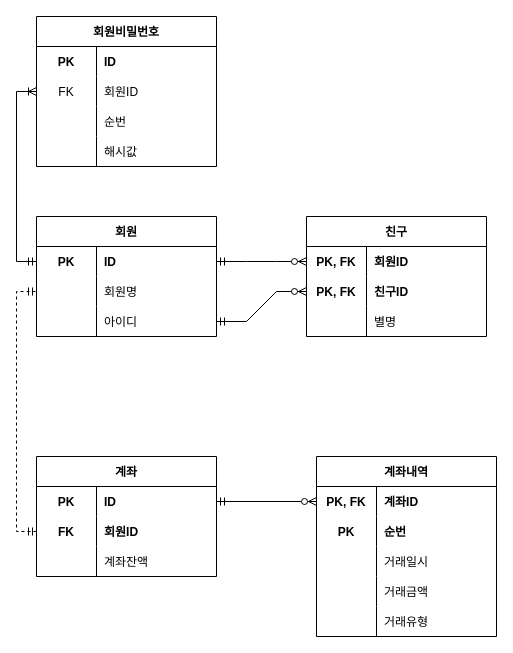
Earlier version of the draw.io diagram 제목 없는 다이어그램.drawio (GangBean/bankingService). Source tidied: cells renumbered, new cells numbered last; positions are measured from the earlier drawing's top-left corner, leaving out a move shared by most shapes. Both pictures are drawn from the tidied source at 100%, with x=0, y=0 at pixel (36, 16).
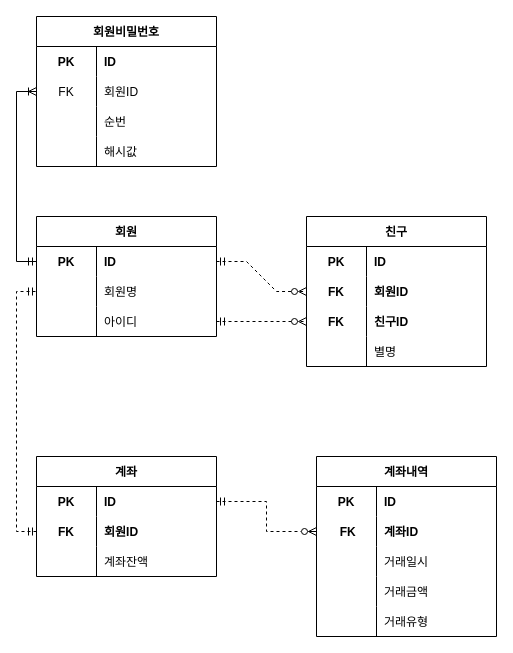
The same page after the edit.

Commit message:
제목 없는 다이어그램.drawio 업데이트

The change refers to these unchanged cells:
```xml
<mxCell id="3" style="shape=tableRow;horizontal=0;startSize=0;swimlaneHead=0;swimlaneBody=0;points=[[0,0.5],[1,0.5]];portConstraint=eastwest;top=0;left=0;right=0;bottom=0;strokeWidth=3;fillColor=none;strokeColor=#000000;" parent="2" vertex="1">
  <mxGeometry y="30" width="180" height="30" as="geometry" />
</mxCell>
<mxCell id="9" style="shape=tableRow;horizontal=0;startSize=0;swimlaneHead=0;swimlaneBody=0;fillColor=none;points=[[0,0.5],[1,0.5]];portConstraint=eastwest;top=0;left=0;right=0;bottom=0;" parent="2" vertex="1">
  <mxGeometry y="90" width="180" height="30" as="geometry" />
</mxCell>
<mxCell id="38" style="shape=tableRow;horizontal=0;startSize=0;swimlaneHead=0;swimlaneBody=0;points=[[0,0.5],[1,0.5]];portConstraint=eastwest;top=0;left=0;right=0;bottom=0;strokeWidth=3;fillColor=none;strokeColor=#000000;" parent="37" vertex="1">
  <mxGeometry y="30" width="180" height="30" as="geometry" />
</mxCell>
<mxCell id="48" value="계좌내역" style="shape=table;startSize=30;childLayout=tableLayout;rowLines=0;fontStyle=1;align=center;" parent="1" vertex="1">
  <mxGeometry x="280" y="440" width="180" height="180" as="geometry" />
</mxCell>
```

Diff of the diagram source:
```diff
@@
     <mxCell id="25" value="친구" style="shape=table;startSize=30;childLayout=tableLayout;rowLines=0;fontStyle=1;align=center;" parent="1" vertex="1">
-      <mxGeometry x="270" y="200" width="180" height="120" as="geometry" />
+      <mxGeometry x="270" y="200" width="180" height="150" as="geometry" />
     </mxCell>
+    <mxCell id="66" style="shape=tableRow;horizontal=0;startSize=0;swimlaneHead=0;swimlaneBody=0;top=0;left=0;right=0;bottom=0;strokeWidth=3;fillColor=none;strokeColor=#000000;" parent="25" vertex="1">
+      <mxGeometry y="30" width="180" height="30" as="geometry" />
+    </mxCell>
+    <mxCell id="67" value="PK" style="shape=partialRectangle;fillColor=none;top=0;left=0;bottom=0;right=0;fontStyle=1;overflow=hidden;" parent="66" vertex="1">
+      <mxGeometry width="60" height="30" as="geometry" />
+    </mxCell>
+    <mxCell id="68" value="ID" style="shape=partialRectangle;fillColor=none;top=0;left=0;bottom=0;right=0;align=left;spacingLeft=6;fontStyle=1;overflow=hidden;" parent="66" vertex="1">
+      <mxGeometry x="60" width="120" height="30" as="geometry" />
+    </mxCell>
     <mxCell id="26" style="shape=tableRow;horizontal=0;startSize=0;swimlaneHead=0;swimlaneBody=0;points=[[0,0.5],[1,0.5]];portConstraint=eastwest;top=0;left=0;right=0;bottom=0;strokeWidth=3;fillColor=none;strokeColor=#000000;" parent="25" vertex="1">
-      <mxGeometry y="30" width="180" height="30" as="geometry" />
+      <mxGeometry y="60" width="180" height="30" as="geometry" />
     </mxCell>
-    <mxCell id="27" value="PK, FK" style="shape=partialRectangle;fillColor=none;top=0;left=0;bottom=0;right=0;fontStyle=1;overflow=hidden;" parent="26" vertex="1">
+    <mxCell id="27" value="FK" style="shape=partialRectangle;fillColor=none;top=0;left=0;bottom=0;right=0;fontStyle=1;overflow=hidden;" parent="26" vertex="1">
       <mxGeometry width="60" height="30" as="geometry" />
     </mxCell>
@@
     <mxCell id="29" style="shape=tableRow;horizontal=0;startSize=0;swimlaneHead=0;swimlaneBody=0;fillColor=none;points=[[0,0.5],[1,0.5]];portConstraint=eastwest;top=0;left=0;right=0;bottom=0;" parent="25" vertex="1">
-      <mxGeometry y="60" width="180" height="30" as="geometry" />
+      <mxGeometry y="90" width="180" height="30" as="geometry" />
     </mxCell>
-    <mxCell id="30" value="PK, FK" style="shape=partialRectangle;fillColor=none;top=0;left=0;bottom=0;right=0;overflow=hidden;fontStyle=1;" parent="29" vertex="1">
+    <mxCell id="30" value="FK" style="shape=partialRectangle;fillColor=none;top=0;left=0;bottom=0;right=0;overflow=hidden;fontStyle=1;" parent="29" vertex="1">
       <mxGeometry width="60" height="30" as="geometry" />
     </mxCell>
@@
     <mxCell id="32" style="shape=tableRow;horizontal=0;startSize=0;swimlaneHead=0;swimlaneBody=0;fillColor=none;top=0;left=0;right=0;bottom=0;" parent="25" vertex="1">
-      <mxGeometry y="90" width="180" height="30" as="geometry" />
+      <mxGeometry y="120" width="180" height="30" as="geometry" />
     </mxCell>
@@
-    <mxCell id="35" style="edgeStyle=entityRelationEdgeStyle;fontSize=12;html=1;endArrow=ERzeroToMany;startArrow=ERmandOne;rounded=0;exitX=1;exitY=0.5;exitDx=0;exitDy=0;entryX=0;entryY=0.5;entryDx=0;entryDy=0;" parent="1" edge="1" source="3" target="26">
+    <mxCell id="35" style="edgeStyle=entityRelationEdgeStyle;fontSize=12;html=1;endArrow=ERzeroToMany;startArrow=ERmandOne;rounded=0;exitX=1;exitY=0.5;exitDx=0;exitDy=0;entryX=0;entryY=0.5;entryDx=0;entryDy=0;dashed=1;" parent="1" edge="1" source="3" target="26">
       <mxGeometry relative="1" as="geometry" />
     </mxCell>
@@
+    <mxCell id="52" style="shape=tableRow;horizontal=0;startSize=0;swimlaneHead=0;swimlaneBody=0;fillColor=none;top=0;left=0;right=0;bottom=0;" parent="48" vertex="1">
+      <mxGeometry y="30" width="180" height="30" as="geometry" />
+    </mxCell>
+    <mxCell id="53" value="PK" style="shape=partialRectangle;fillColor=none;top=0;left=0;bottom=0;right=0;overflow=hidden;fontStyle=1;" parent="52" vertex="1">
+      <mxGeometry width="60" height="30" as="geometry" />
+    </mxCell>
+    <mxCell id="54" value="ID" style="shape=partialRectangle;fillColor=none;top=0;left=0;bottom=0;right=0;align=left;spacingLeft=6;overflow=hidden;fontStyle=1;" parent="52" vertex="1">
+      <mxGeometry x="60" width="120" height="30" as="geometry" />
+    </mxCell>
     <mxCell id="49" style="shape=tableRow;horizontal=0;startSize=0;swimlaneHead=0;swimlaneBody=0;points=[[0,0.5],[1,0.5]];portConstraint=eastwest;top=0;left=0;right=0;bottom=0;strokeWidth=3;fillColor=none;strokeColor=#000000;" parent="48" vertex="1">
-      <mxGeometry y="30" width="180" height="30" as="geometry" />
+      <mxGeometry y="60" width="180" height="30" as="geometry" />
     </mxCell>
-    <mxCell id="50" value="PK, FK" style="shape=partialRectangle;fillColor=none;top=0;left=0;bottom=0;right=0;fontStyle=1;overflow=hidden;" parent="49" vertex="1">
+    <mxCell id="50" value=" FK" style="shape=partialRectangle;fillColor=none;top=0;left=0;bottom=0;right=0;fontStyle=1;overflow=hidden;" parent="49" vertex="1">
       <mxGeometry width="60" height="30" as="geometry" />
     </mxCell>
@@
-    <mxCell id="52" style="shape=tableRow;horizontal=0;startSize=0;swimlaneHead=0;swimlaneBody=0;fillColor=none;top=0;left=0;right=0;bottom=0;" parent="48" vertex="1">
-      <mxGeometry y="60" width="180" height="30" as="geometry" />
-    </mxCell>
-    <mxCell id="53" value="PK" style="shape=partialRectangle;fillColor=none;top=0;left=0;bottom=0;right=0;overflow=hidden;fontStyle=1;" parent="52" vertex="1">
-      <mxGeometry width="60" height="30" as="geometry" />
-    </mxCell>
-    <mxCell id="54" value="순번" style="shape=partialRectangle;fillColor=none;top=0;left=0;bottom=0;right=0;align=left;spacingLeft=6;overflow=hidden;fontStyle=1;" parent="52" vertex="1">
-      <mxGeometry x="60" width="120" height="30" as="geometry" />
-    </mxCell>
@@
-    <mxCell id="64" style="edgeStyle=orthogonalEdgeStyle;rounded=0;jettySize=auto;html=1;exitX=1;exitY=0.5;exitDx=0;exitDy=0;entryX=0;entryY=0.5;entryDx=0;entryDy=0;startArrow=ERmandOne;startFill=0;endArrow=ERzeroToMany;endFill=0;" parent="1" edge="1" source="38" target="49">
+    <mxCell id="64" style="edgeStyle=orthogonalEdgeStyle;rounded=0;jettySize=auto;html=1;exitX=1;exitY=0.5;exitDx=0;exitDy=0;entryX=0;entryY=0.5;entryDx=0;entryDy=0;startArrow=ERmandOne;startFill=0;endArrow=ERzeroToMany;endFill=0;dashed=1;" parent="1" edge="1" source="38" target="49">
       <mxGeometry relative="1" as="geometry" />
     </mxCell>
-    <mxCell id="65" style="edgeStyle=entityRelationEdgeStyle;fontSize=12;html=1;endArrow=ERzeroToMany;startArrow=ERmandOne;rounded=0;entryX=0;entryY=0.5;entryDx=0;entryDy=0;" parent="1" edge="1" source="9" target="29">
+    <mxCell id="65" style="edgeStyle=entityRelationEdgeStyle;fontSize=12;html=1;endArrow=ERzeroToMany;startArrow=ERmandOne;rounded=0;entryX=0;entryY=0.5;entryDx=0;entryDy=0;dashed=1;" parent="1" edge="1" source="9" target="29">
       <mxGeometry relative="1" as="geometry" />
     </mxCell>
```
